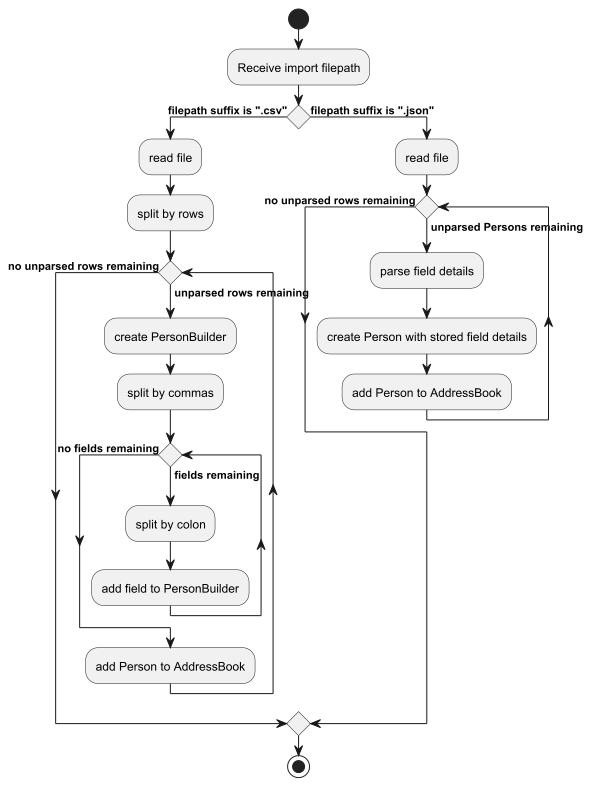
Above: docs/images/ImportActivityDiagram.png in ashmitahaldar/tp (PlantUML), before the change. Its source is kept beside it as docs/diagrams/ImportActivityDiagram.puml. Source of this version:
```plantuml
@startuml
!include style.puml

start
:Receive import filepath;

if () then (filepath suffix is ".csv")
  :read file;
  :split by rows;
  while () is (unparsed rows remaining)
    :create PersonBuilder;
    :split by commas;
    while () is (fields remaining)
      :split by colon;
      :add field to PersonBuilder;
    endwhile (no fields remaining)
    :add Person to AddressBook;
  endwhile (no unparsed rows remaining)
else (filepath suffix is ".json")
  :read file;
  while () is (unparsed Persons remaining)
    :parse field details;
    :create Person with stored field details;
    :add Person to AddressBook;
  endwhile (no unparsed rows remaining)
endif
stop

@enduml
```
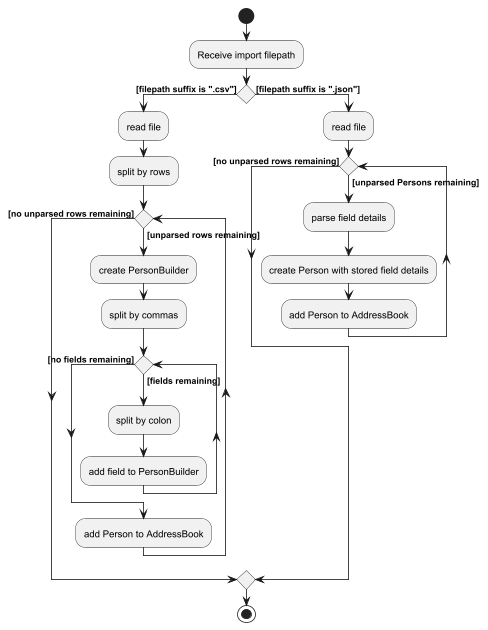
After the commit.

Commit message:
Add square brackets to activity diagrams

What changed in the source:
```diff
@@ -4,25 +4,25 @@
 start
 :Receive import filepath;
 
-if () then (filepath suffix is ".csv")
+if () then ([filepath suffix is ".csv"])
   :read file;
   :split by rows;
-  while () is (unparsed rows remaining)
+  while () is ([unparsed rows remaining])
     :create PersonBuilder;
     :split by commas;
-    while () is (fields remaining)
+    while () is ([fields remaining])
       :split by colon;
       :add field to PersonBuilder;
-    endwhile (no fields remaining)
+    endwhile ([no fields remaining])
     :add Person to AddressBook;
-  endwhile (no unparsed rows remaining)
-else (filepath suffix is ".json")
+  endwhile ([no unparsed rows remaining])
+else ([filepath suffix is ".json"])
   :read file;
-  while () is (unparsed Persons remaining)
+  while () is ([unparsed Persons remaining])
     :parse field details;
     :create Person with stored field details;
     :add Person to AddressBook;
-  endwhile (no unparsed rows remaining)
+  endwhile ([no unparsed rows remaining])
 endif
 stop
 
```
